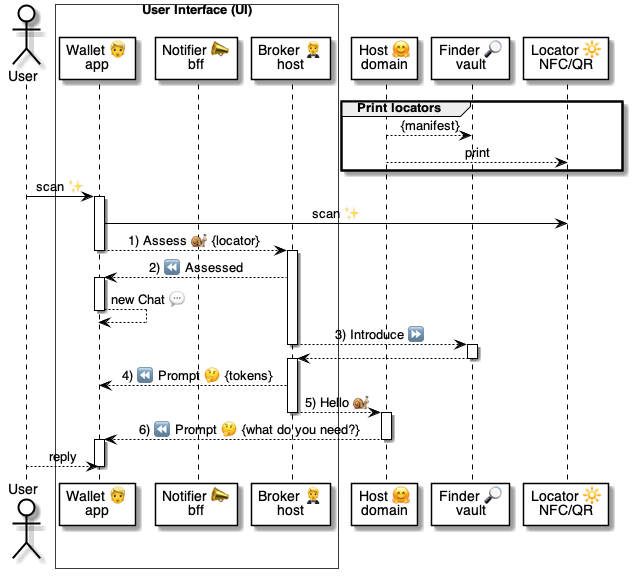
This is 5 ⏩ Flows/90 🧑‍🦰👉 Wallets/15 👉🔆 Locators/.📎 Assets/⚙️ Host QR.png from pollyweb-org/pollyweb-docs, a PlantUML export, as it was before one commit. Its source is kept beside it as 5 ⏩ Flows/90 🧑‍🦰👉 Wallets/15 👉🔆 Locators/.📎 Assets/⚙️ Host QR.puml.
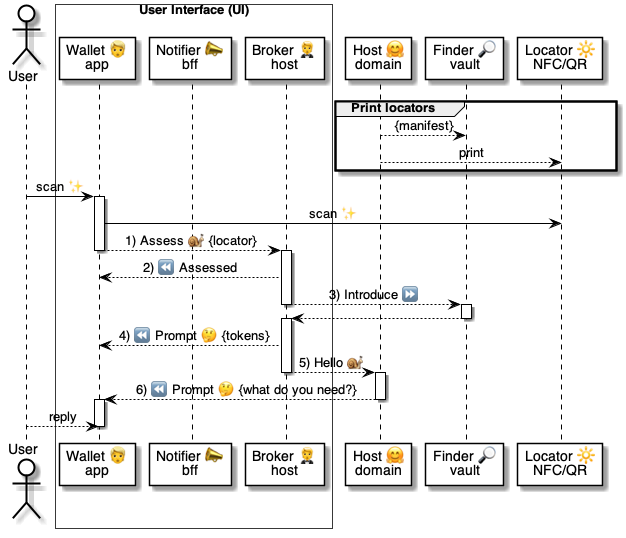
Later version of the same file.

Change to the diagram source:
```diff
@@ -30,9 +30,6 @@
 
         broker --> wallet: 2) ⏪ Assessed
 
-        activate wallet
-            wallet --> wallet: new Chat 💬
-        deactivate wallet
 
         broker --> finder: 3) Introduce ⏩
         deactivate broker
```
